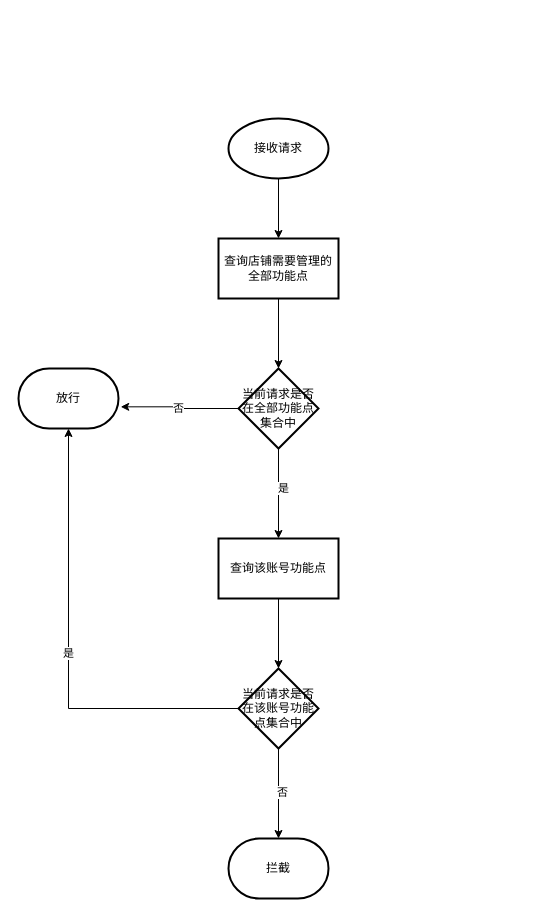
Before: shopastro/未命名绘图.drawio in WAHAHA402/drawIoImages, a draw.io diagram. Source tidied: cells renumbered, new cells numbered last; positions are measured from the earlier drawing's top-left corner, leaving out a move shared by most shapes. Both pictures are drawn from the tidied source at 100%, with x=0, y=0 at pixel (18, 118).
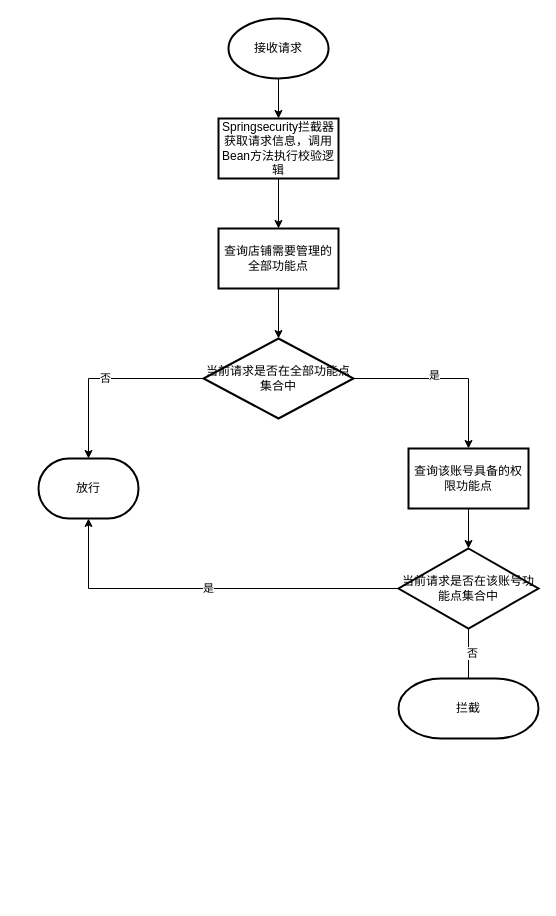
Above is the later version.

Commit message:
更新未命名绘图.drawio

Diff of the diagram source:
```diff
@@
 <mxGraphModel>
   <root>
     <mxCell id="0" />
     <mxCell id="1" parent="0" />
     <mxCell id="2" style="edgeStyle=orthogonalEdgeStyle;rounded=0;jettySize=auto;html=1;" parent="1" edge="1" source="3" target="7">
       <mxGeometry relative="1" as="geometry" />
     </mxCell>
     <mxCell id="3" value="查询店铺需要管理的全部功能点" style="whiteSpace=wrap;html=1;strokeWidth=2;" parent="1" vertex="1">
-      <mxGeometry x="200" y="120" width="120" height="60" as="geometry" />
+      <mxGeometry x="200" y="110" width="120" height="60" as="geometry" />
     </mxCell>
     <mxCell id="4" style="edgeStyle=orthogonalEdgeStyle;rounded=0;jettySize=auto;html=1;" parent="1" edge="1" source="7" target="9">
       <mxGeometry relative="1" as="geometry" />
     </mxCell>
     <mxCell id="5" value="是" style="edgeLabel;html=1;align=center;verticalAlign=middle;" parent="4" vertex="1">
       <mxGeometry x="-0.13" y="4" relative="1" as="geometry" />
     </mxCell>
-    <mxCell id="6" value="否" style="edgeStyle=orthogonalEdgeStyle;rounded=0;jettySize=auto;html=1;entryX=1.022;entryY=0.639;entryDx=0;entryDy=0;entryPerimeter=0;" parent="1" edge="1" source="7" target="17">
+    <mxCell id="6" value="否" style="edgeStyle=orthogonalEdgeStyle;rounded=0;jettySize=auto;html=1;entryX=0.5;entryY=0;entryDx=0;entryDy=0;entryPerimeter=0;" parent="1" edge="1" source="7" target="17">
       <mxGeometry relative="1" as="geometry" />
     </mxCell>
     <mxCell id="7" value="当前请求是否在全部功能点集合中" style="rhombus;whiteSpace=wrap;html=1;strokeWidth=2;" parent="1" vertex="1">
-      <mxGeometry x="220" y="250" width="80" height="80" as="geometry" />
+      <mxGeometry x="185" y="220" width="150" height="80" as="geometry" />
     </mxCell>
     <mxCell id="8" style="edgeStyle=orthogonalEdgeStyle;rounded=0;jettySize=auto;html=1;" parent="1" edge="1" source="9" target="13">
       <mxGeometry relative="1" as="geometry" />
     </mxCell>
-    <mxCell id="9" value="查询该账号功能点" style="whiteSpace=wrap;html=1;strokeWidth=2;" parent="1" vertex="1">
-      <mxGeometry x="200" y="420" width="120" height="60" as="geometry" />
+    <mxCell id="9" value="查询该账号具备的权限功能点" style="whiteSpace=wrap;html=1;strokeWidth=2;" parent="1" vertex="1">
+      <mxGeometry x="390" y="330" width="120" height="60" as="geometry" />
     </mxCell>
     <mxCell id="10" value="是" style="edgeStyle=orthogonalEdgeStyle;rounded=0;jettySize=auto;html=1;entryX=0.5;entryY=1;entryDx=0;entryDy=0;entryPerimeter=0;" parent="1" edge="1" source="13" target="17">
       <mxGeometry relative="1" as="geometry" />
     </mxCell>
-    <mxCell id="11" style="edgeStyle=orthogonalEdgeStyle;rounded=0;jettySize=auto;html=1;" parent="1" edge="1" source="13">
-      <mxGeometry relative="1" as="geometry">
-        <mxPoint x="260" y="720" as="targetPoint" />
-      </mxGeometry>
-    </mxCell>
+    <mxCell id="13" value="当前请求是否在该账号功能点集合中" style="rhombus;whiteSpace=wrap;html=1;strokeWidth=2;" parent="1" vertex="1">
+      <mxGeometry x="380" y="430" width="140" height="80" as="geometry" />
+    </mxCell>
+    <mxCell id="18" style="edgeStyle=orthogonalEdgeStyle;rounded=0;jettySize=auto;html=1;entryX=0.5;entryY=0;entryDx=0;entryDy=0;" parent="1" edge="1" source="15" target="20">
+      <mxGeometry relative="1" as="geometry" />
+    </mxCell>
+    <mxCell id="15" value="接收请求" style="strokeWidth=2;html=1;shape=mxgraph.flowchart.start_1;whiteSpace=wrap;" parent="1" vertex="1">
+      <mxGeometry x="210" y="-100" width="100" height="60" as="geometry" />
+    </mxCell>
+    <mxCell id="17" value="放行" style="strokeWidth=2;html=1;shape=mxgraph.flowchart.terminator;whiteSpace=wrap;" parent="1" vertex="1">
+      <mxGeometry x="20" y="340" width="100" height="60" as="geometry" />
+    </mxCell>
+    <mxCell id="19" style="edgeStyle=orthogonalEdgeStyle;rounded=0;jettySize=auto;html=1;entryX=0.5;entryY=0;entryDx=0;entryDy=0;" parent="1" edge="1" source="20" target="3">
+      <mxGeometry relative="1" as="geometry" />
+    </mxCell>
+    <mxCell id="20" value="Springsecurity拦截器获取请求信息，调用Bean方法执行校验逻辑" style="whiteSpace=wrap;html=1;strokeWidth=2;" parent="1" vertex="1">
+      <mxGeometry x="200" width="120" height="60" as="geometry" />
+    </mxCell>
+    <mxCell id="16" value="拦截" style="strokeWidth=2;html=1;shape=mxgraph.flowchart.terminator;whiteSpace=wrap;" parent="1" vertex="1">
+      <mxGeometry x="380" y="560" width="140" height="60" as="geometry" />
+    </mxCell>
+    <mxCell id="21" style="edgeStyle=orthogonalEdgeStyle;rounded=0;jettySize=auto;html=1;endArrow=none;" parent="1" edge="1" source="13" target="16">
+      <mxGeometry relative="1" as="geometry" />
+    </mxCell>
-    <mxCell id="12" value="否" style="edgeLabel;html=1;align=center;verticalAlign=middle;" parent="11" vertex="1">
+    <mxCell id="12" value="否" style="edgeLabel;html=1;align=center;verticalAlign=middle;" parent="21" vertex="1">
       <mxGeometry x="-0.06" y="3" relative="1" as="geometry" />
     </mxCell>
-    <mxCell id="13" value="当前请求是否在该账号功能点集合中" style="rhombus;whiteSpace=wrap;html=1;strokeWidth=2;" parent="1" vertex="1">
-      <mxGeometry x="220" y="550" width="80" height="80" as="geometry" />
-    </mxCell>
-    <mxCell id="14" style="edgeStyle=orthogonalEdgeStyle;rounded=0;jettySize=auto;html=1;entryX=0.5;entryY=0;entryDx=0;entryDy=0;" parent="1" edge="1" source="15" target="3">
-      <mxGeometry relative="1" as="geometry" />
-    </mxCell>
-    <mxCell id="15" value="接收请求" style="strokeWidth=2;html=1;shape=mxgraph.flowchart.start_1;whiteSpace=wrap;" parent="1" vertex="1">
-      <mxGeometry x="210" width="100" height="60" as="geometry" />
-    </mxCell>
-    <mxCell id="16" value="拦截" style="strokeWidth=2;html=1;shape=mxgraph.flowchart.terminator;whiteSpace=wrap;" parent="1" vertex="1">
-      <mxGeometry x="210" y="720" width="100" height="60" as="geometry" />
-    </mxCell>
-    <mxCell id="17" value="放行" style="strokeWidth=2;html=1;shape=mxgraph.flowchart.terminator;whiteSpace=wrap;" parent="1" vertex="1">
-      <mxGeometry y="250" width="100" height="60" as="geometry" />
-    </mxCell>
   </root>
 </mxGraphModel>
```
